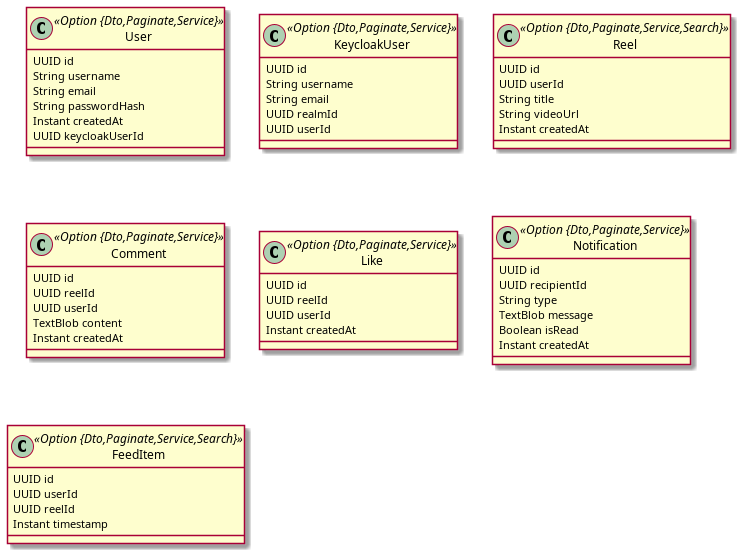
Before: docs/jdl/app.png, a diagram exported from PlantUML (phungle2508/AppF4).
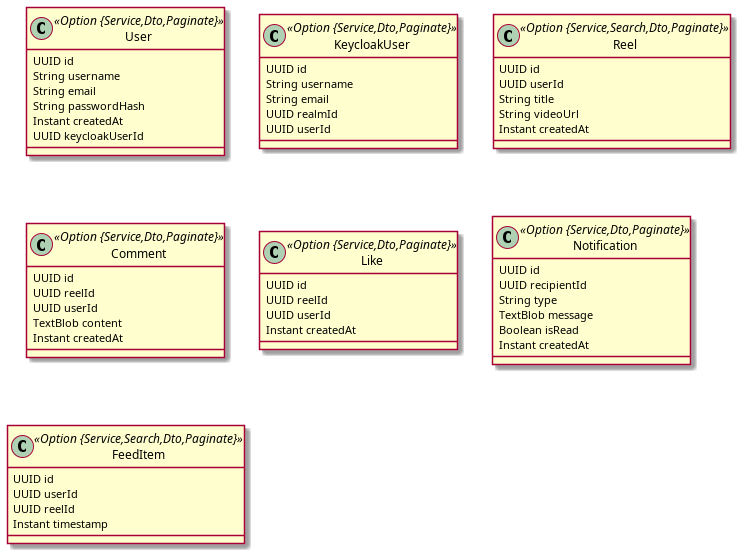
Above is the later version.

Diff of the diagram source:
```diff
@@ -1,6 +1,6 @@
 @startuml
 	!pragma syntax class
-	class User <<Option {Dto,Paginate,Service}>> {
+	class User <<Option {Service,Dto,Paginate}>> {
 		UUID id
 		String username
 		String email
@@ -8,34 +8,34 @@
 		Instant createdAt
 		UUID keycloakUserId
 	}
-	class KeycloakUser <<Option {Dto,Paginate,Service}>> {
+	class KeycloakUser <<Option {Service,Dto,Paginate}>> {
 		UUID id
 		String username
 		String email
 		UUID realmId
 		UUID userId
 	}
-	class Reel <<Option {Dto,Paginate,Service,Search}>> {
+	class Reel <<Option {Service,Search,Dto,Paginate}>> {
 		UUID id
 		UUID userId
 		String title
 		String videoUrl
 		Instant createdAt
 	}
-	class Comment <<Option {Dto,Paginate,Service}>> {
+	class Comment <<Option {Service,Dto,Paginate}>> {
 		UUID id
 		UUID reelId
 		UUID userId
 		TextBlob content
 		Instant createdAt
 	}
-	class Like <<Option {Dto,Paginate,Service}>> {
+	class Like <<Option {Service,Dto,Paginate}>> {
 		UUID id
 		UUID reelId
 		UUID userId
 		Instant createdAt
 	}
-	class Notification <<Option {Dto,Paginate,Service}>> {
+	class Notification <<Option {Service,Dto,Paginate}>> {
 		UUID id
 		UUID recipientId
 		String type
@@ -43,7 +43,7 @@
 		Boolean isRead
 		Instant createdAt
 	}
-	class FeedItem <<Option {Dto,Paginate,Service,Search}>> {
+	class FeedItem <<Option {Service,Search,Dto,Paginate}>> {
 		UUID id
 		UUID userId
 		UUID reelId
```
